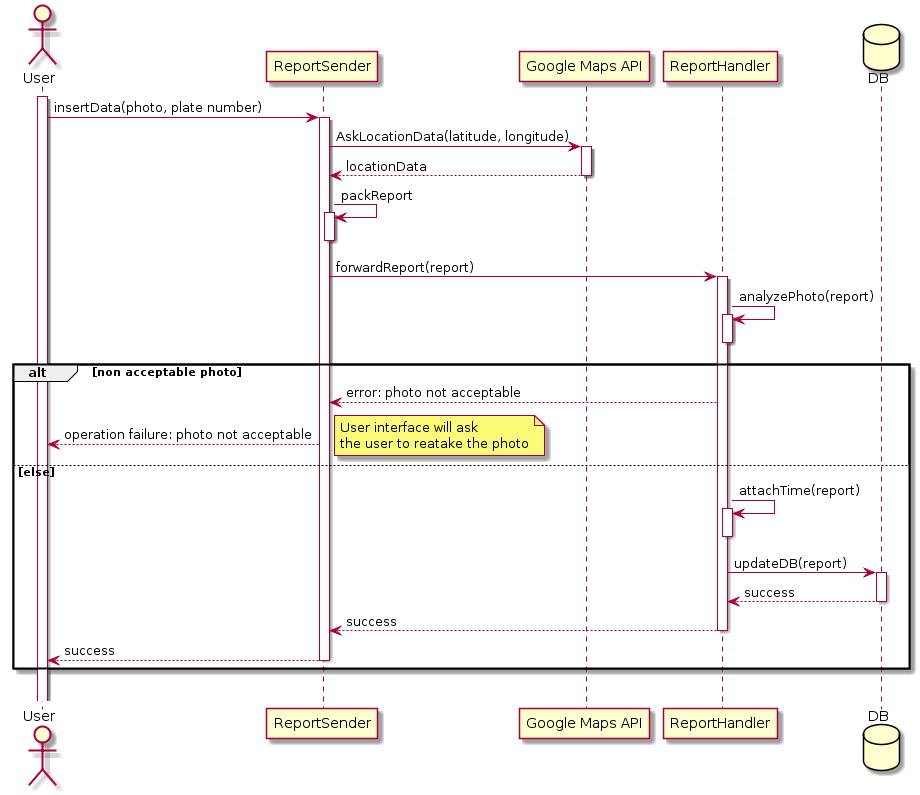
Above: DD/Images/seqDiag_ReportSignal.png in fafrullo2/PanzeriPeruginiPipita (PlantUML), before the change.
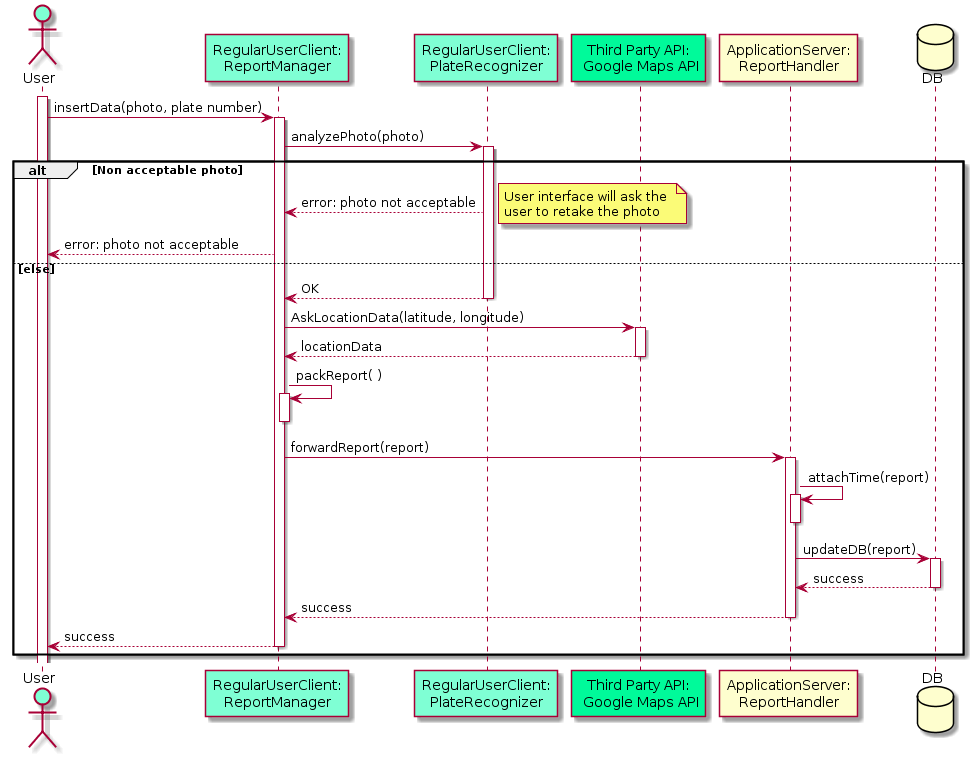
Above is the later version.

Change to the diagram source:
```diff
@@ -1,38 +1,39 @@
 @startuml
-actor User order 10
-participant ReportSender order 20
-participant "Google Maps API" order 30
-participant ReportHandler order 40
-database DB order 50
+actor User order 10 #Aquamarine
+participant ReportManager as "RegularUserClient:\nReportManager" order 20 #Aquamarine
+participant PlateRecognizer as "RegularUserClient:\nPlateRecognizer" order 30 #Aquamarine
+participant MapsAPI as "Third Party API:\n Google Maps API" order 40 #MediumSpringGreen
+participant ReportHandler as "ApplicationServer:\nReportHandler" order 50
+database DB order 60
 
 activate User
-User -> ReportSender : insertData(photo, plate number)
+User -> ReportManager : insertData(photo, plate number)
+activate ReportManager
 
-activate ReportSender
-ReportSender -> "Google Maps API" : AskLocationData(latitude, longitude)
+ReportManager -> PlateRecognizer: analyzePhoto(photo)
+activate PlateRecognizer
 
-activate "Google Maps API"
-ReportSender <-- "Google Maps API" : locationData
-deactivate "Google Maps API"
+alt Non acceptable photo
+    ReportManager <-- PlateRecognizer: error: photo not acceptable
+    note right: User interface will ask the \nuser to retake the photo
+    User <-- ReportManager: error: photo not acceptable
 
-ReportSender -> ReportSender: packReport
-activate ReportSender
-deactivate ReportSender
+else else
+    return OK
+    ReportManager -> MapsAPI : AskLocationData(latitude, longitude)
 
-ReportSender -> ReportHandler : forwardReport(report)
-activate ReportHandler
+    activate MapsAPI
+    ReportManager <-- MapsAPI : locationData
+    deactivate MapsAPI
 
+    ReportManager -> ReportManager: packReport( )
+    activate ReportManager
+    deactivate ReportManager
 
-    ReportHandler -> ReportHandler: analyzePhoto(report)
+    ReportManager -> ReportHandler : forwardReport(report)
     activate ReportHandler
-    deactivate ReportHandler
 
-    alt non acceptable photo
-        ReportSender <-- ReportHandler : error: photo not acceptable
-        User <-- ReportSender : operation failure: photo not acceptable
-        note right: User interface will ask \nthe user to reatake the photo
-    else else
-        ReportHandler -> ReportHandler: attachTime(report)
+    ReportHandler -> ReportHandler: attachTime(report)
         activate ReportHandler
         deactivate ReportHandler
 
@@ -41,8 +42,5 @@
         return success
         return success
         return success
-
-    end
-
-alt
+end
 @enduml
```
